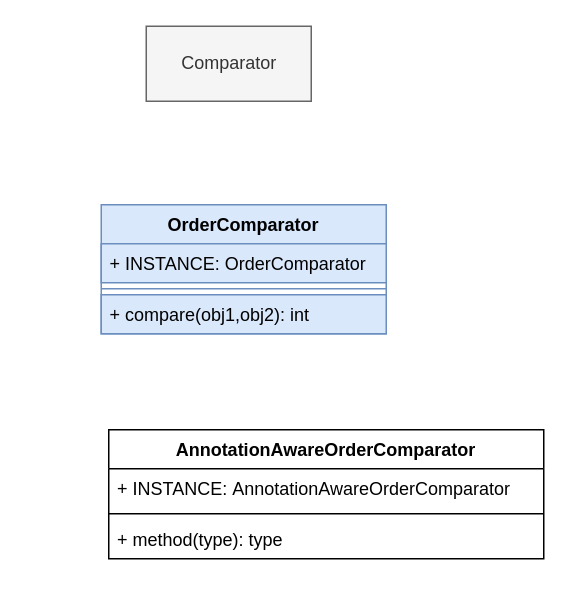
This is 排序接口.drawio from quanqiang-li/draw, a draw.io file, before an edit. Source tidied: cells renumbered, new cells numbered last; positions are measured from the earlier drawing's top-left corner, leaving out a move shared by most shapes. Both pictures are drawn from the tidied source at 150%, with x=0, y=0 at pixel (100, 26).
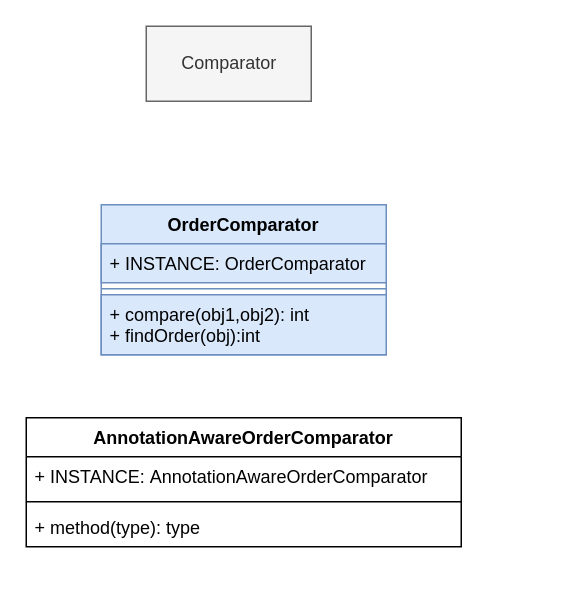
Above is the later version.

Commit message:
更新排序接口.drawio

Change to the diagram source:
```diff
@@
 <mxGraphModel>
   <root>
     <mxCell id="0" />
     <mxCell id="1" parent="0" />
     <mxCell id="2" value="Comparator" style="html=1;fillColor=#f5f5f5;strokeColor=#666666;fontColor=#333333;" parent="1" vertex="1">
       <mxGeometry x="30" width="110" height="50" as="geometry" />
     </mxCell>
     <mxCell id="3" value="OrderComparator" style="swimlane;fontStyle=1;align=center;verticalAlign=top;horizontal=1;startSize=26;fillColor=#dae8fc;strokeColor=#6c8ebf;" parent="1" vertex="1">
-      <mxGeometry y="119" width="190" height="86" as="geometry" />
+      <mxGeometry y="119" width="190" height="100" as="geometry" />
     </mxCell>
     <mxCell id="4" value="+ INSTANCE: OrderComparator" style="text;strokeColor=#6c8ebf;fillColor=#dae8fc;align=left;verticalAlign=top;spacingLeft=4;spacingRight=4;overflow=hidden;" parent="3" vertex="1">
       <mxGeometry y="26" width="190" height="26" as="geometry" />
     </mxCell>
     <mxCell id="5" style="line;strokeWidth=1;fillColor=#dae8fc;align=left;verticalAlign=middle;spacingTop=-1;spacingLeft=3;spacingRight=3;labelPosition=right;strokeColor=#6c8ebf;" parent="3" vertex="1">
       <mxGeometry y="52" width="190" height="8" as="geometry" />
     </mxCell>
-    <mxCell id="6" value="+ compare(obj1,obj2): int" style="text;strokeColor=#6c8ebf;fillColor=#dae8fc;align=left;verticalAlign=top;spacingLeft=4;spacingRight=4;overflow=hidden;" parent="3" vertex="1">
-      <mxGeometry y="60" width="190" height="26" as="geometry" />
+    <mxCell id="6" value="+ compare(obj1,obj2): int&#10;+ findOrder(obj):int" style="text;strokeColor=#6c8ebf;fillColor=#dae8fc;align=left;verticalAlign=top;spacingLeft=4;spacingRight=4;overflow=hidden;" parent="3" vertex="1">
+      <mxGeometry y="60" width="190" height="40" as="geometry" />
     </mxCell>
     <mxCell id="7" value="AnnotationAwareOrderComparator" style="swimlane;fontStyle=1;align=center;verticalAlign=top;horizontal=1;startSize=26;" parent="1" vertex="1">
-      <mxGeometry x="5" y="269" width="290" height="86" as="geometry" />
+      <mxGeometry x="-50" y="261" width="290" height="86" as="geometry" />
     </mxCell>
     <mxCell id="8" value="+ INSTANCE: AnnotationAwareOrderComparator" style="text;strokeColor=none;fillColor=none;align=left;verticalAlign=top;spacingLeft=4;spacingRight=4;overflow=hidden;" parent="7" vertex="1">
       <mxGeometry y="26" width="290" height="26" as="geometry" />
     </mxCell>
     <mxCell id="9" style="line;strokeWidth=1;fillColor=none;align=left;verticalAlign=middle;spacingTop=-1;spacingLeft=3;spacingRight=3;labelPosition=right;" parent="7" vertex="1">
       <mxGeometry y="52" width="290" height="8" as="geometry" />
     </mxCell>
     <mxCell id="10" value="+ method(type): type" style="text;strokeColor=none;fillColor=none;align=left;verticalAlign=top;spacingLeft=4;spacingRight=4;overflow=hidden;" parent="7" vertex="1">
       <mxGeometry y="60" width="290" height="26" as="geometry" />
     </mxCell>
   </root>
 </mxGraphModel>
```
